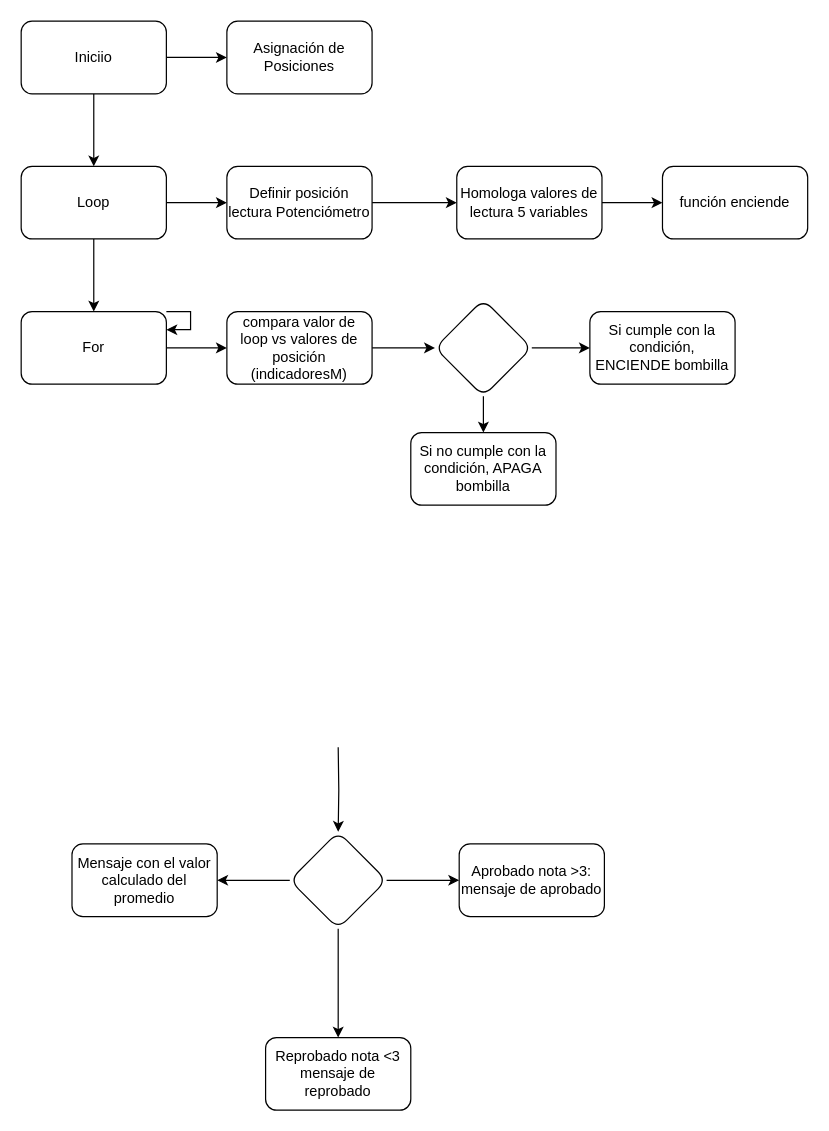
Earlier version of the draw.io diagram PotenVectorial.drawio (Edwinb876/ElectivaIV). Source tidied: cells renumbered, new cells numbered last; positions are measured from the earlier drawing's top-left corner, leaving out a move shared by most shapes. Both pictures are drawn from the tidied source at 121%, with x=0, y=0 at pixel (21, 21).
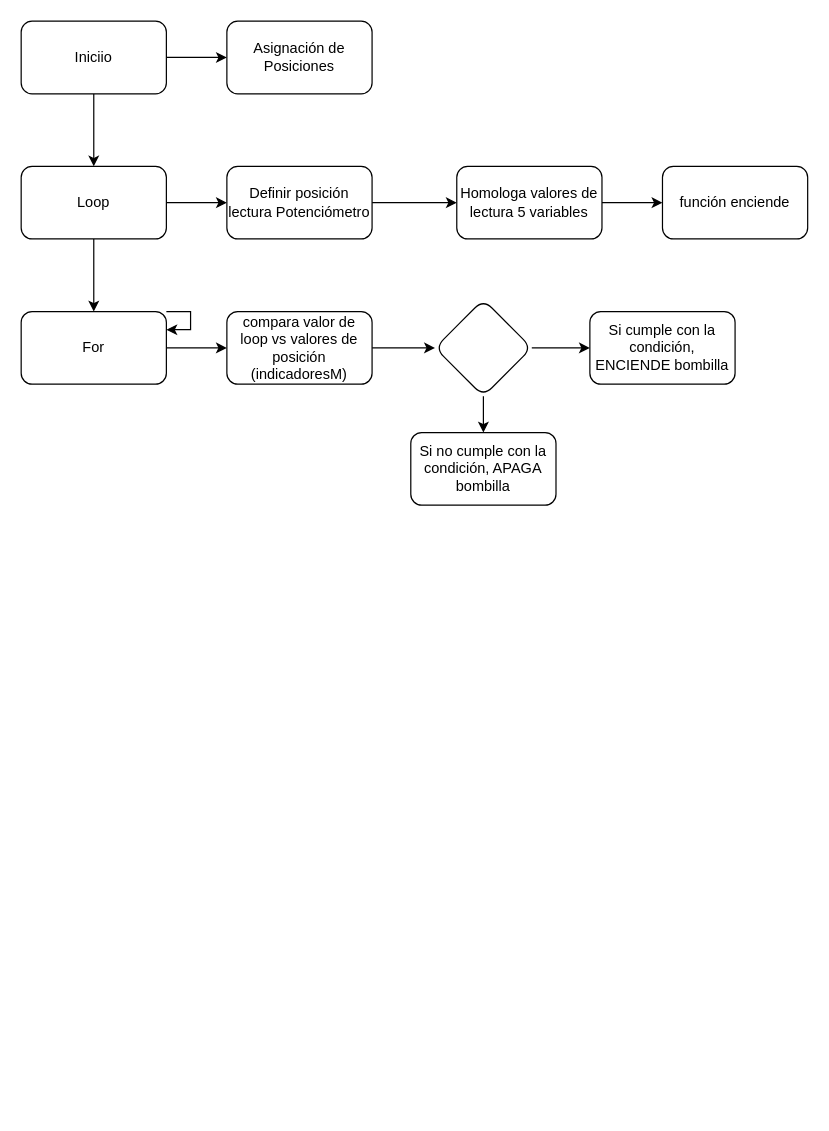
The same diagram, later.

What changed in the source:
```diff
@@
-    <mxCell id="9" style="edgeStyle=orthogonalEdgeStyle;rounded=0;jettySize=auto;html=1;" parent="1" edge="1" target="13">
-      <mxGeometry relative="1" as="geometry">
-        <mxPoint x="262" y="600" as="sourcePoint" />
-      </mxGeometry>
-    </mxCell>
-    <mxCell id="10" style="edgeStyle=orthogonalEdgeStyle;rounded=0;jettySize=auto;html=1;" parent="1" edge="1" source="13" target="14">
-      <mxGeometry relative="1" as="geometry" />
-    </mxCell>
-    <mxCell id="11" style="edgeStyle=orthogonalEdgeStyle;rounded=0;jettySize=auto;html=1;" parent="1" edge="1" source="13" target="15">
-      <mxGeometry relative="1" as="geometry" />
-    </mxCell>
-    <mxCell id="12" style="edgeStyle=orthogonalEdgeStyle;rounded=0;jettySize=auto;html=1;" parent="1" edge="1" source="13" target="16">
-      <mxGeometry relative="1" as="geometry" />
-    </mxCell>
-    <mxCell id="13" style="rhombus;whiteSpace=wrap;html=1;rounded=1;" parent="1" vertex="1">
-      <mxGeometry x="222" y="670" width="80" height="80" as="geometry" />
-    </mxCell>
-    <mxCell id="14" value="Aprobado nota &amp;gt;3: mensaje de aprobado" style="whiteSpace=wrap;html=1;rounded=1;" parent="1" vertex="1">
-      <mxGeometry x="362" y="680" width="120" height="60" as="geometry" />
-    </mxCell>
-    <mxCell id="15" value="Reprobado nota &amp;lt;3 mensaje de reprobado" style="whiteSpace=wrap;html=1;rounded=1;" parent="1" vertex="1">
-      <mxGeometry x="202" y="840" width="120" height="60" as="geometry" />
-    </mxCell>
-    <mxCell id="16" value="Mensaje con el valor calculado del promedio&lt;br&gt;" style="whiteSpace=wrap;html=1;rounded=1;" parent="1" vertex="1">
-      <mxGeometry x="42" y="680" width="120" height="60" as="geometry" />
-    </mxCell>
```
